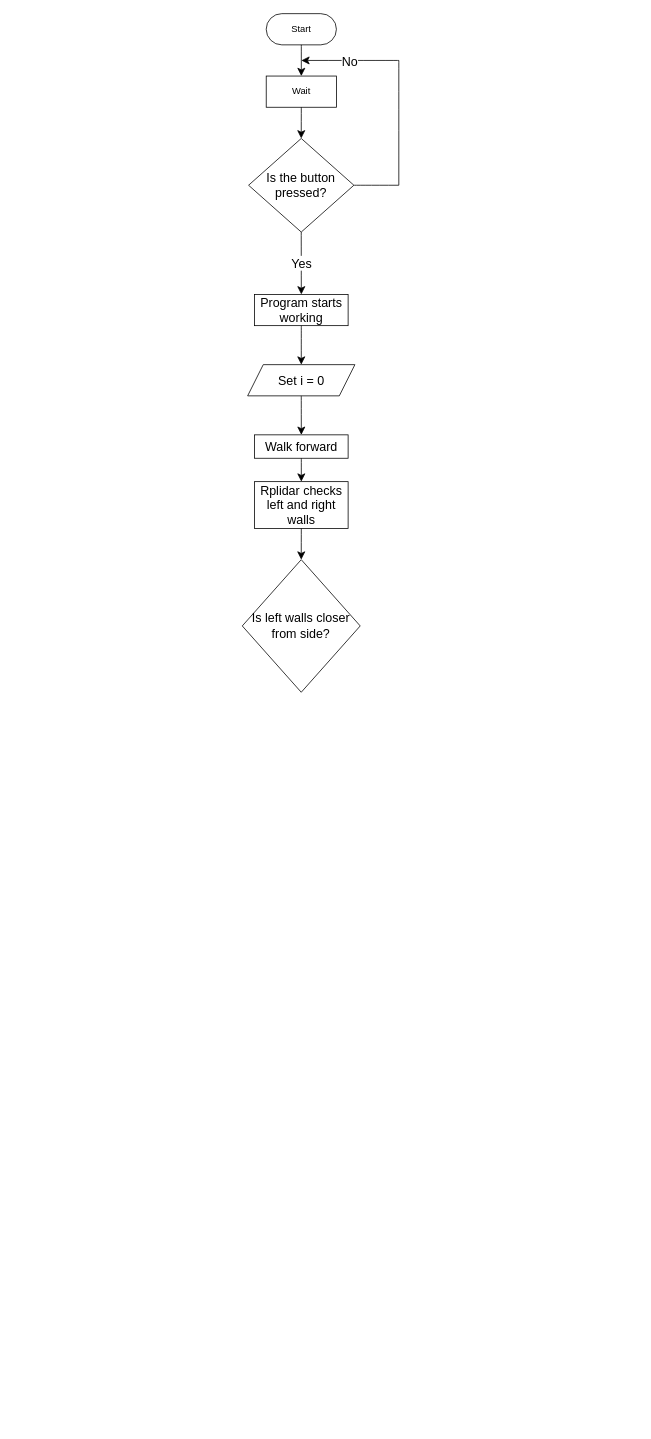
The draw.io diagram docs/ภาคผนวก/Flowchart 2.drawio in faasai123/autoBotCar, before the edit. Source tidied: cells renumbered, new cells numbered last; positions are measured from the earlier drawing's top-left corner, leaving out a move shared by most shapes. Both pictures are drawn from the tidied source at 78%, with x=0, y=0 at pixel (242, 13).
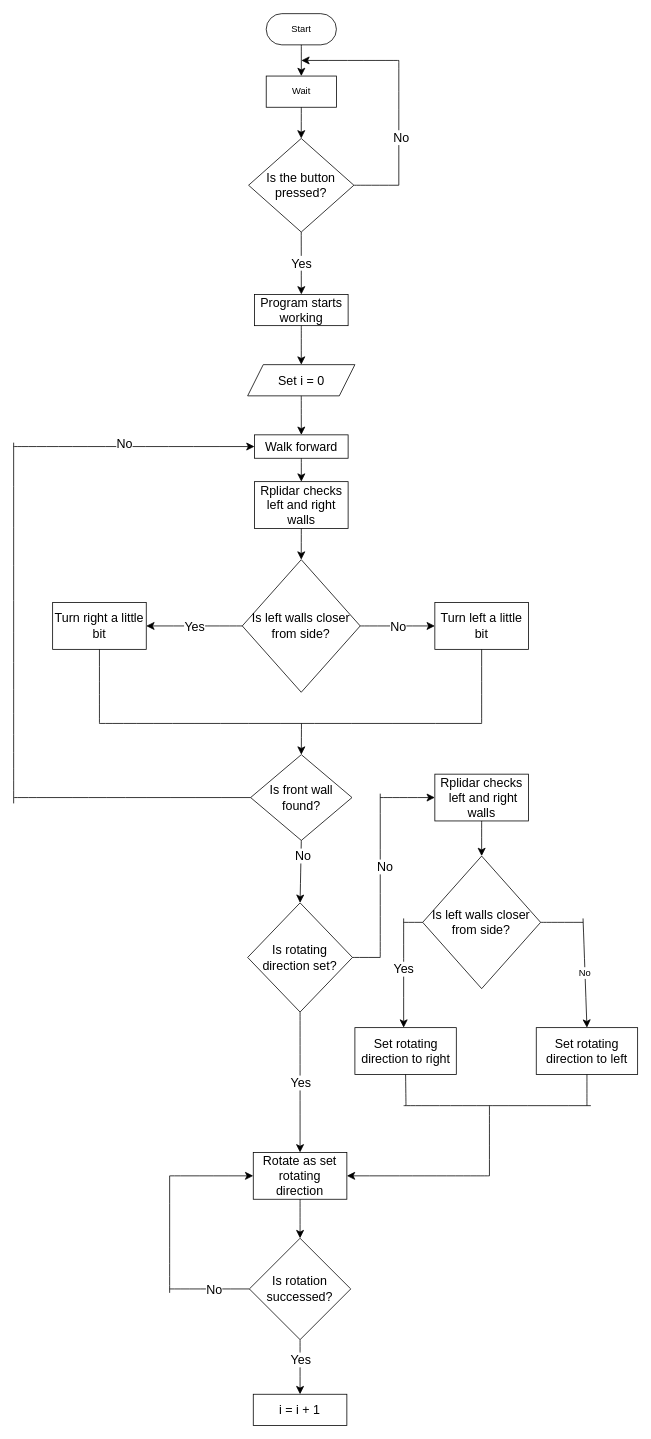
The same diagram, later.

Unchanged cells that the change refers to:
```xml
<mxCell id="11" style="endArrow=classic;html=1;rounded=0;fontSize=12;startSize=8;endSize=8;curved=1;entryX=0.5;entryY=0;entryDx=0;entryDy=0;" parent="1" edge="1">
  <mxGeometry relative="1" as="geometry">
    <mxPoint x="200.8" y="60" as="sourcePoint" />
    <mxPoint x="75.8" y="60" as="targetPoint" />
  </mxGeometry>
</mxCell>
<mxCell id="13" style="endArrow=none;html=1;rounded=0;fontSize=12;startSize=8;endSize=8;curved=1;" parent="1" edge="1">
  <mxGeometry relative="1" as="geometry">
    <mxPoint x="200.8" y="60" as="sourcePoint" />
    <mxPoint x="200.8" y="220" as="targetPoint" />
  </mxGeometry>
</mxCell>
<mxCell id="16" value="Walk forward" style="rounded=0;whiteSpace=wrap;html=1;fontSize=16;" parent="1" vertex="1">
  <mxGeometry x="15.8" y="540" width="120" height="30" as="geometry" />
</mxCell>
<mxCell id="20" value="Is left walls closer from side?" style="rhombus;whiteSpace=wrap;html=1;fontSize=16;" parent="1" vertex="1">
  <mxGeometry x="0.1" y="700" width="151.2" height="170" as="geometry" />
</mxCell>
```

Diff of the diagram source:
```diff
@@
+    <mxCell id="22" value="Is rotation successed?" style="rhombus;whiteSpace=wrap;html=1;fontSize=16;" parent="1" vertex="1">
+      <mxGeometry x="9.2" y="1570" width="130" height="130" as="geometry" />
+    </mxCell>
@@
-    <mxCell id="12" value="No" style="edgeLabel;html=1;align=center;verticalAlign=middle;fontSize=16;" parent="11" vertex="1">
-      <mxGeometry relative="1" as="geometry" />
-    </mxCell>
@@
+    <mxCell id="23" value="No" style="edgeLabel;html=1;align=center;verticalAlign=middle;fontSize=16;" parent="13" vertex="1">
+      <mxGeometry x="0.22" y="3" relative="1" as="geometry" />
+    </mxCell>
@@
+    <mxCell id="24" value="Turn right a little bit" style="rounded=0;whiteSpace=wrap;html=1;fontSize=16;" parent="1" vertex="1">
+      <mxGeometry x="-243" y="755" width="120" height="60" as="geometry" />
+    </mxCell>
+    <mxCell id="25" style="endArrow=classic;html=1;rounded=0;fontSize=12;startSize=8;endSize=8;curved=1;exitX=0;exitY=0.5;exitDx=0;exitDy=0;entryX=1;entryY=0.5;entryDx=0;entryDy=0;" parent="1" edge="1" source="20" target="24">
+      <mxGeometry relative="1" as="geometry" />
+    </mxCell>
+    <mxCell id="26" value="Yes" style="edgeLabel;html=1;align=center;verticalAlign=middle;fontSize=16;" parent="25" vertex="1">
+      <mxGeometry relative="1" as="geometry" />
+    </mxCell>
+    <mxCell id="27" value="Turn left a little bit" style="rounded=0;whiteSpace=wrap;html=1;fontSize=16;" parent="1" vertex="1">
+      <mxGeometry x="247" y="755" width="120" height="60" as="geometry" />
+    </mxCell>
+    <mxCell id="28" style="endArrow=classic;html=1;rounded=0;fontSize=12;startSize=8;endSize=8;curved=1;exitX=1;exitY=0.5;exitDx=0;exitDy=0;entryX=0;entryY=0.5;entryDx=0;entryDy=0;" parent="1" edge="1" source="20" target="27">
+      <mxGeometry relative="1" as="geometry" />
+    </mxCell>
+    <mxCell id="12" value="No" style="edgeLabel;html=1;align=center;verticalAlign=middle;fontSize=16;" parent="28" vertex="1">
+      <mxGeometry relative="1" as="geometry" />
+    </mxCell>
+    <mxCell id="29" value="Is front wall found?" style="rhombus;whiteSpace=wrap;html=1;fontSize=16;" parent="1" vertex="1">
+      <mxGeometry x="10.8" y="950" width="130" height="110" as="geometry" />
+    </mxCell>
+    <mxCell id="30" style="endArrow=classic;html=1;rounded=0;fontSize=12;startSize=8;endSize=8;curved=1;entryX=0.5;entryY=0;entryDx=0;entryDy=0;" parent="1" edge="1" target="29">
+      <mxGeometry relative="1" as="geometry">
+        <mxPoint x="76" y="910" as="sourcePoint" />
+      </mxGeometry>
+    </mxCell>
+    <mxCell id="31" style="endArrow=none;html=1;rounded=0;fontSize=12;startSize=8;endSize=8;curved=1;entryX=0.5;entryY=1;entryDx=0;entryDy=0;" parent="1" edge="1" target="27">
+      <mxGeometry relative="1" as="geometry">
+        <mxPoint x="307" y="910" as="sourcePoint" />
+      </mxGeometry>
+    </mxCell>
+    <mxCell id="32" style="endArrow=none;html=1;rounded=0;fontSize=12;startSize=8;endSize=8;curved=1;entryX=0.5;entryY=1;entryDx=0;entryDy=0;" parent="1" edge="1" target="24">
+      <mxGeometry relative="1" as="geometry">
+        <mxPoint x="-183" y="910" as="sourcePoint" />
+      </mxGeometry>
+    </mxCell>
+    <mxCell id="33" style="endArrow=none;html=1;rounded=0;fontSize=12;startSize=8;endSize=8;curved=1;" parent="1" edge="1">
+      <mxGeometry relative="1" as="geometry">
+        <mxPoint x="-183" y="910" as="sourcePoint" />
+        <mxPoint x="307" y="910" as="targetPoint" />
+      </mxGeometry>
+    </mxCell>
+    <mxCell id="34" style="endArrow=classic;html=1;rounded=0;fontSize=12;startSize=8;endSize=8;curved=1;entryX=0;entryY=0.5;entryDx=0;entryDy=0;" parent="1" edge="1" target="16">
+      <mxGeometry relative="1" as="geometry">
+        <mxPoint x="-293" y="555" as="sourcePoint" />
+      </mxGeometry>
+    </mxCell>
+    <mxCell id="35" value="No" style="edgeLabel;html=1;align=center;verticalAlign=middle;fontSize=16;" parent="34" vertex="1">
+      <mxGeometry x="-0.09" y="4" relative="1" as="geometry" />
+    </mxCell>
+    <mxCell id="36" style="endArrow=none;html=1;rounded=0;fontSize=12;startSize=8;endSize=8;curved=1;" parent="1" edge="1">
+      <mxGeometry relative="1" as="geometry">
+        <mxPoint x="-293" y="1012.5" as="sourcePoint" />
+        <mxPoint x="-293" y="550" as="targetPoint" />
+      </mxGeometry>
+    </mxCell>
+    <mxCell id="37" style="endArrow=none;html=1;rounded=0;fontSize=12;startSize=8;endSize=8;curved=1;entryX=0;entryY=0.5;entryDx=0;entryDy=0;" parent="1" edge="1" target="29">
+      <mxGeometry relative="1" as="geometry">
+        <mxPoint x="-293" y="1005" as="sourcePoint" />
+      </mxGeometry>
+    </mxCell>
+    <mxCell id="38" value="Is rotating direction set?" style="rhombus;whiteSpace=wrap;html=1;fontSize=16;" parent="1" vertex="1">
+      <mxGeometry x="7" y="1140" width="134.4" height="140" as="geometry" />
+    </mxCell>
+    <mxCell id="39" style="endArrow=classic;html=1;rounded=0;fontSize=12;startSize=8;endSize=8;curved=1;entryX=0.5;entryY=0;entryDx=0;entryDy=0;exitX=0.5;exitY=1;exitDx=0;exitDy=0;" parent="1" edge="1" source="29" target="38">
+      <mxGeometry relative="1" as="geometry" />
+    </mxCell>
+    <mxCell id="40" value="No" style="edgeLabel;html=1;align=center;verticalAlign=middle;fontSize=16;" parent="39" vertex="1">
+      <mxGeometry x="-0.53" y="2" relative="1" as="geometry" />
+    </mxCell>
+    <mxCell id="41" value="Rotate as set rotating direction" style="rounded=0;whiteSpace=wrap;html=1;fontSize=16;" parent="1" vertex="1">
+      <mxGeometry x="14.2" y="1460" width="120" height="60" as="geometry" />
+    </mxCell>
+    <mxCell id="42" style="endArrow=classic;html=1;rounded=0;fontSize=12;startSize=8;endSize=8;curved=1;exitX=0.5;exitY=1;exitDx=0;exitDy=0;entryX=0.5;entryY=0;entryDx=0;entryDy=0;" parent="1" edge="1" source="38" target="41">
+      <mxGeometry relative="1" as="geometry" />
+    </mxCell>
+    <mxCell id="43" value="Yes" style="edgeLabel;html=1;align=center;verticalAlign=middle;fontSize=16;" parent="42" vertex="1">
+      <mxGeometry relative="1" as="geometry" />
+    </mxCell>
+    <mxCell id="44" value="Rplidar checks &amp;nbsp;left and right walls" style="rounded=0;whiteSpace=wrap;html=1;fontSize=16;" parent="1" vertex="1">
+      <mxGeometry x="247" y="975" width="120" height="60" as="geometry" />
+    </mxCell>
+    <mxCell id="45" style="endArrow=classic;html=1;rounded=0;fontSize=12;startSize=8;endSize=8;curved=1;entryX=0;entryY=0.5;entryDx=0;entryDy=0;" parent="1" edge="1" target="44">
+      <mxGeometry relative="1" as="geometry">
+        <mxPoint x="177" y="1005" as="sourcePoint" />
+      </mxGeometry>
+    </mxCell>
+    <mxCell id="46" style="endArrow=none;html=1;rounded=0;fontSize=12;startSize=8;endSize=8;curved=1;" parent="1" edge="1">
+      <mxGeometry relative="1" as="geometry">
+        <mxPoint x="177" y="1210" as="sourcePoint" />
+        <mxPoint x="177" y="1000" as="targetPoint" />
+      </mxGeometry>
+    </mxCell>
+    <mxCell id="47" value="No" style="edgeLabel;html=1;align=center;verticalAlign=middle;fontSize=16;" parent="46" vertex="1">
+      <mxGeometry x="0.11" y="-5" relative="1" as="geometry" />
+    </mxCell>
+    <mxCell id="48" style="endArrow=none;html=1;rounded=0;fontSize=12;startSize=8;endSize=8;curved=1;exitX=1;exitY=0.5;exitDx=0;exitDy=0;" parent="1" edge="1" source="38">
+      <mxGeometry relative="1" as="geometry">
+        <mxPoint x="177" y="1210" as="targetPoint" />
+      </mxGeometry>
+    </mxCell>
+    <mxCell id="49" value="Is left walls closer from side?" style="rhombus;whiteSpace=wrap;html=1;fontSize=16;" parent="1" vertex="1">
+      <mxGeometry x="231.4" y="1080" width="151.2" height="170" as="geometry" />
+    </mxCell>
+    <mxCell id="50" style="endArrow=classic;html=1;rounded=0;fontSize=12;startSize=8;endSize=8;curved=1;exitX=0.5;exitY=1;exitDx=0;exitDy=0;entryX=0.5;entryY=0;entryDx=0;entryDy=0;" parent="1" edge="1" source="44" target="49">
+      <mxGeometry relative="1" as="geometry" />
+    </mxCell>
+    <mxCell id="51" value="Set rotating direction to right" style="rounded=0;whiteSpace=wrap;html=1;fontSize=16;" parent="1" vertex="1">
+      <mxGeometry x="144.5" y="1300" width="130" height="60" as="geometry" />
+    </mxCell>
+    <mxCell id="52" value="Set rotating direction to left" style="rounded=0;whiteSpace=wrap;html=1;fontSize=16;" parent="1" vertex="1">
+      <mxGeometry x="377" y="1300" width="130" height="60" as="geometry" />
+    </mxCell>
+    <mxCell id="53" style="endArrow=classic;html=1;rounded=0;fontSize=12;startSize=8;endSize=8;curved=1;" parent="1" edge="1">
+      <mxGeometry relative="1" as="geometry">
+        <mxPoint x="207" y="1160" as="sourcePoint" />
+        <mxPoint x="207" y="1300" as="targetPoint" />
+      </mxGeometry>
+    </mxCell>
+    <mxCell id="54" value="Yes" style="edgeLabel;html=1;align=center;verticalAlign=middle;fontSize=16;" parent="53" vertex="1">
+      <mxGeometry x="-0.08" y="-1" relative="1" as="geometry" />
+    </mxCell>
+    <mxCell id="55" style="endArrow=none;html=1;rounded=0;fontSize=12;startSize=8;endSize=8;curved=1;entryX=0;entryY=0.5;entryDx=0;entryDy=0;" parent="1" edge="1" target="49">
+      <mxGeometry relative="1" as="geometry">
+        <mxPoint x="207" y="1165" as="sourcePoint" />
+      </mxGeometry>
+    </mxCell>
+    <mxCell id="56" value="No" style="endArrow=classic;html=1;rounded=0;fontSize=12;startSize=8;endSize=8;curved=1;entryX=0.5;entryY=0;entryDx=0;entryDy=0;" parent="1" edge="1" target="52">
+      <mxGeometry relative="1" as="geometry">
+        <mxPoint x="437" y="1160" as="sourcePoint" />
+      </mxGeometry>
+    </mxCell>
+    <mxCell id="57" style="endArrow=none;html=1;rounded=0;fontSize=12;startSize=8;endSize=8;curved=1;exitX=1;exitY=0.5;exitDx=0;exitDy=0;" parent="1" edge="1" source="49">
+      <mxGeometry relative="1" as="geometry">
+        <mxPoint x="437" y="1165" as="targetPoint" />
+      </mxGeometry>
+    </mxCell>
+    <mxCell id="58" style="endArrow=classic;html=1;rounded=0;fontSize=12;startSize=8;endSize=8;curved=1;entryX=1;entryY=0.5;entryDx=0;entryDy=0;" parent="1" edge="1" target="41">
+      <mxGeometry relative="1" as="geometry">
+        <mxPoint x="317" y="1490" as="sourcePoint" />
+      </mxGeometry>
+    </mxCell>
+    <mxCell id="59" style="endArrow=none;html=1;rounded=0;fontSize=12;startSize=8;endSize=8;curved=1;" parent="1" edge="1">
+      <mxGeometry relative="1" as="geometry">
+        <mxPoint x="207" y="1400" as="sourcePoint" />
+        <mxPoint x="447" y="1400" as="targetPoint" />
+      </mxGeometry>
+    </mxCell>
+    <mxCell id="60" style="endArrow=none;html=1;rounded=0;fontSize=12;startSize=8;endSize=8;curved=1;entryX=0.5;entryY=1;entryDx=0;entryDy=0;" parent="1" edge="1" target="52">
+      <mxGeometry relative="1" as="geometry">
+        <mxPoint x="442" y="1400" as="sourcePoint" />
+      </mxGeometry>
+    </mxCell>
+    <mxCell id="61" style="endArrow=none;html=1;rounded=0;fontSize=12;startSize=8;endSize=8;curved=1;entryX=0.5;entryY=1;entryDx=0;entryDy=0;" parent="1" edge="1" target="51">
+      <mxGeometry relative="1" as="geometry">
+        <mxPoint x="210" y="1400" as="sourcePoint" />
+      </mxGeometry>
+    </mxCell>
+    <mxCell id="62" style="endArrow=none;html=1;rounded=0;fontSize=12;startSize=8;endSize=8;curved=1;" parent="1" edge="1">
+      <mxGeometry relative="1" as="geometry">
+        <mxPoint x="317" y="1400" as="sourcePoint" />
+        <mxPoint x="317" y="1490" as="targetPoint" />
+      </mxGeometry>
+    </mxCell>
+    <mxCell id="63" style="endArrow=classic;html=1;rounded=0;fontSize=12;startSize=8;endSize=8;curved=1;exitX=0.5;exitY=1;exitDx=0;exitDy=0;entryX=0.5;entryY=0;entryDx=0;entryDy=0;" parent="1" edge="1" source="41" target="22">
+      <mxGeometry relative="1" as="geometry" />
+    </mxCell>
+    <mxCell id="64" style="endArrow=classic;html=1;rounded=0;fontSize=12;startSize=8;endSize=8;curved=1;entryX=0;entryY=0.5;entryDx=0;entryDy=0;" parent="1" edge="1" target="41">
+      <mxGeometry relative="1" as="geometry">
+        <mxPoint x="-93" y="1490" as="sourcePoint" />
+      </mxGeometry>
+    </mxCell>
+    <mxCell id="65" style="endArrow=none;html=1;rounded=0;fontSize=12;startSize=8;endSize=8;curved=1;entryX=0;entryY=0.5;entryDx=0;entryDy=0;" parent="1" edge="1" target="22">
+      <mxGeometry relative="1" as="geometry">
+        <mxPoint x="-93" y="1635" as="sourcePoint" />
+      </mxGeometry>
+    </mxCell>
+    <mxCell id="66" value="No" style="edgeLabel;html=1;align=center;verticalAlign=middle;fontSize=16;" parent="65" vertex="1">
+      <mxGeometry x="0.1" relative="1" as="geometry" />
+    </mxCell>
+    <mxCell id="67" style="endArrow=none;html=1;rounded=0;fontSize=12;startSize=8;endSize=8;curved=1;" parent="1" edge="1">
+      <mxGeometry relative="1" as="geometry">
+        <mxPoint x="-93" y="1640" as="sourcePoint" />
+        <mxPoint x="-93" y="1490" as="targetPoint" />
+      </mxGeometry>
+    </mxCell>
+    <mxCell id="68" value="i = i + 1" style="rounded=0;whiteSpace=wrap;html=1;fontSize=16;" parent="1" vertex="1">
+      <mxGeometry x="14.2" y="1770" width="120" height="40" as="geometry" />
+    </mxCell>
+    <mxCell id="69" style="endArrow=classic;html=1;rounded=0;fontSize=12;startSize=8;endSize=8;curved=1;entryX=0.5;entryY=0;entryDx=0;entryDy=0;exitX=0.5;exitY=1;exitDx=0;exitDy=0;" parent="1" edge="1" source="22" target="68">
+      <mxGeometry relative="1" as="geometry" />
+    </mxCell>
+    <mxCell id="70" value="Yes" style="edgeLabel;html=1;align=center;verticalAlign=middle;fontSize=16;" parent="69" vertex="1">
+      <mxGeometry x="-0.28" relative="1" as="geometry" />
+    </mxCell>
```
